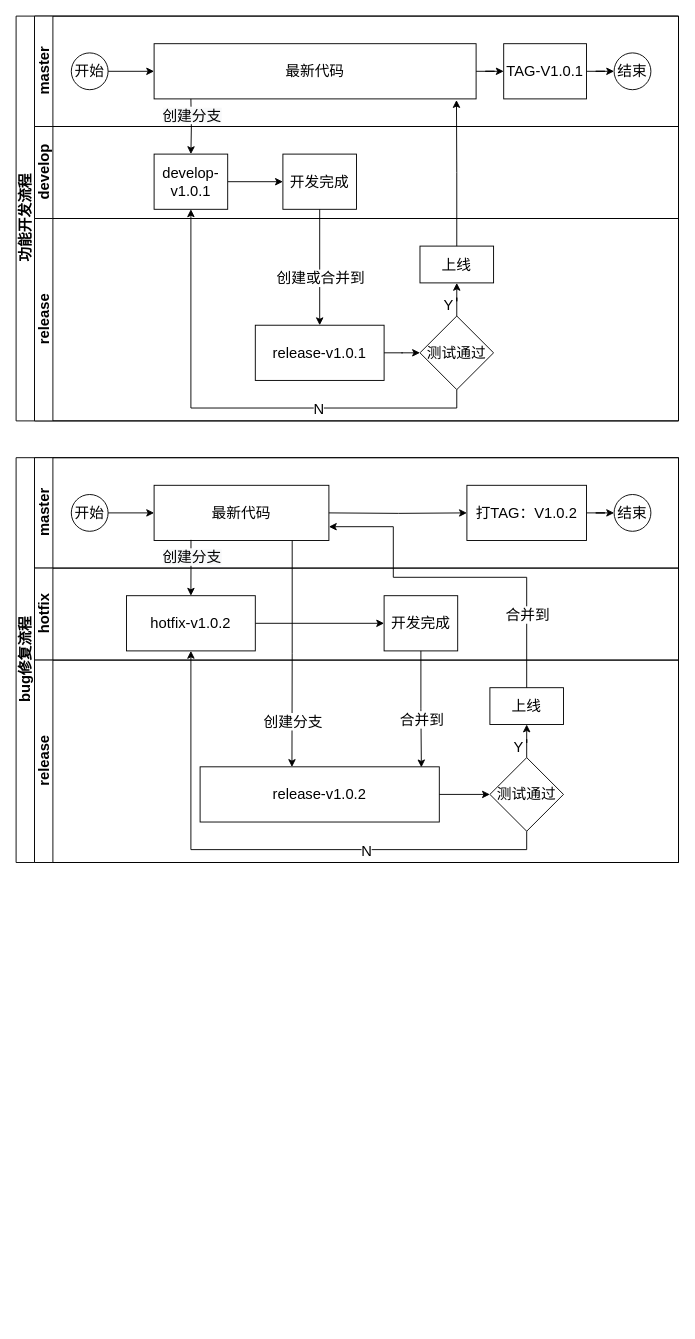
The draw.io diagram page "git分支使用规范" (1 of 4) of 研发规范.drawio in aspojo/diagrams, before the edit. Source tidied: cells renumbered, new cells numbered last; positions are measured from the earlier drawing's top-left corner, leaving out a move shared by most shapes. Both pictures are drawn from the tidied source at 92%, with x=0, y=0 at pixel (16, 16).
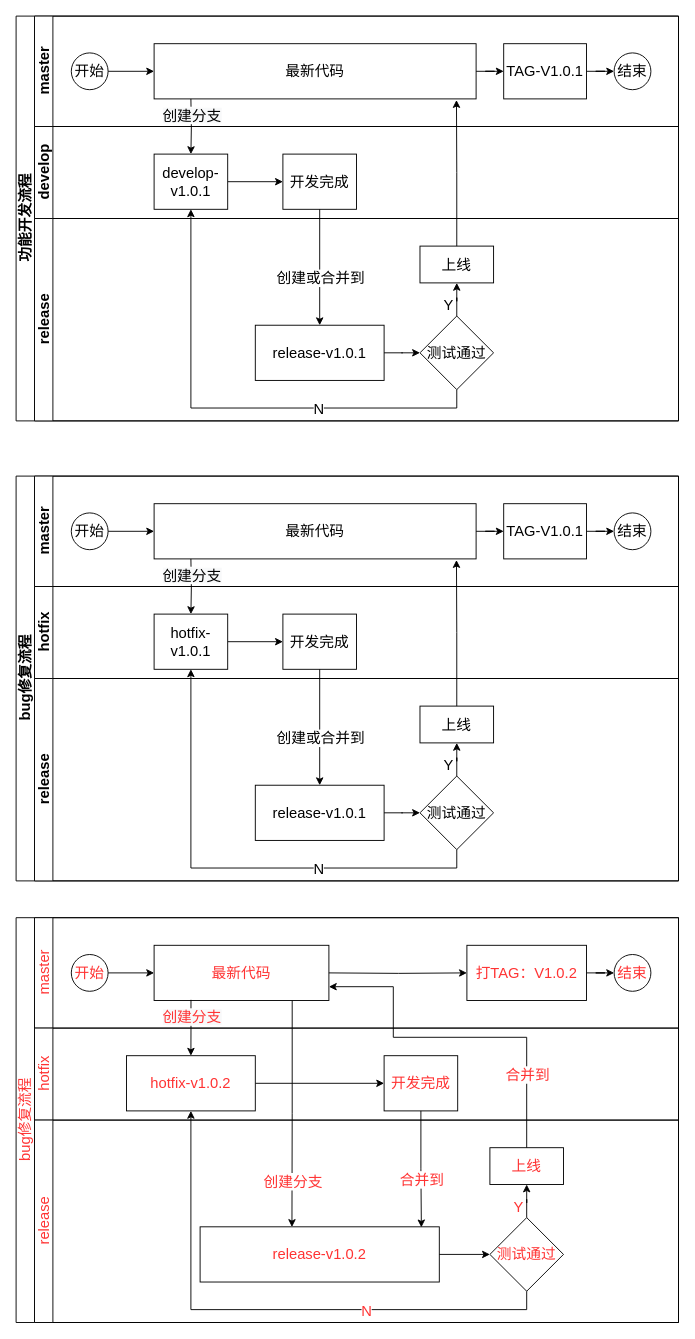
Above is the later version.

Commit message (it also covers changes not shown here):
更新研发规范.drawio

Diff of the diagram source:
```diff
@@
-    <mxCell id="29" value="bug修复流程" style="swimlane;html=1;horizontal=0;startSize=20;fontSize=16;" parent="1" vertex="1">
-      <mxGeometry y="480" width="720" height="440" as="geometry" />
+    <mxCell id="29" value="bug修复流程" style="swimlane;html=1;horizontal=0;startSize=20;fontSize=16;fontStyle=0;fontColor=#FF3333;" parent="1" vertex="1">
+      <mxGeometry y="980" width="720" height="440" as="geometry" />
     </mxCell>
-    <mxCell id="30" value="master" style="swimlane;html=1;startSize=20;horizontal=0;fontSize=16;" parent="29" vertex="1">
+    <mxCell id="30" value="master" style="swimlane;html=1;startSize=20;horizontal=0;fontSize=16;fontStyle=0;fontColor=#FF3333;" parent="29" vertex="1">
       <mxGeometry x="20" width="700" height="120" as="geometry" />
     </mxCell>
-    <mxCell id="31" style="edgeStyle=orthogonalEdgeStyle;rounded=0;jettySize=auto;html=1;fontSize=16;" parent="30" edge="1" source="32" target="33">
+    <mxCell id="31" style="edgeStyle=orthogonalEdgeStyle;rounded=0;jettySize=auto;html=1;fontSize=16;fontStyle=0;fontColor=#FF3333;" parent="30" edge="1" source="32" target="33">
       <mxGeometry relative="1" as="geometry" />
     </mxCell>
-    <mxCell id="32" value="开始" style="ellipse;whiteSpace=wrap;html=1;fontSize=16;" parent="30" vertex="1">
+    <mxCell id="32" value="开始" style="ellipse;whiteSpace=wrap;html=1;fontSize=16;fontStyle=0;fontColor=#FF3333;" parent="30" vertex="1">
       <mxGeometry x="40" y="40" width="40" height="40" as="geometry" />
     </mxCell>
-    <mxCell id="33" value="最新代码" style="rounded=0;whiteSpace=wrap;html=1;fontFamily=Helvetica;fontSize=16;fontColor=#000000;align=center;" parent="30" vertex="1">
+    <mxCell id="33" value="最新代码" style="rounded=0;whiteSpace=wrap;html=1;fontFamily=Helvetica;fontSize=16;fontColor=#FF3333;align=center;fontStyle=0;" parent="30" vertex="1">
       <mxGeometry x="130" y="30" width="190" height="60" as="geometry" />
     </mxCell>
-    <mxCell id="34" style="edgeStyle=orthogonalEdgeStyle;rounded=0;jettySize=auto;html=1;fontSize=16;" parent="30" edge="1" source="35" target="36">
+    <mxCell id="34" style="edgeStyle=orthogonalEdgeStyle;rounded=0;jettySize=auto;html=1;fontSize=16;fontStyle=0;fontColor=#FF3333;" parent="30" edge="1" source="35" target="36">
       <mxGeometry relative="1" as="geometry" />
     </mxCell>
-    <mxCell id="35" value="打TAG：V1.0.2" style="rounded=0;whiteSpace=wrap;html=1;fontFamily=Helvetica;fontSize=16;fontColor=#000000;align=center;" parent="30" vertex="1">
+    <mxCell id="35" value="打TAG：V1.0.2" style="rounded=0;whiteSpace=wrap;html=1;fontFamily=Helvetica;fontSize=16;fontColor=#FF3333;align=center;fontStyle=0;" parent="30" vertex="1">
       <mxGeometry x="470" y="30" width="130" height="60" as="geometry" />
     </mxCell>
-    <mxCell id="36" value="结束" style="ellipse;whiteSpace=wrap;html=1;fontSize=16;" parent="30" vertex="1">
+    <mxCell id="36" value="结束" style="ellipse;whiteSpace=wrap;html=1;fontSize=16;fontStyle=0;fontColor=#FF3333;" parent="30" vertex="1">
       <mxGeometry x="630" y="40" width="40" height="40" as="geometry" />
     </mxCell>
-    <mxCell id="37" style="edgeStyle=orthogonalEdgeStyle;rounded=0;jettySize=auto;html=1;fontSize=16;" parent="30" edge="1" target="35">
+    <mxCell id="37" style="edgeStyle=orthogonalEdgeStyle;rounded=0;jettySize=auto;html=1;fontSize=16;fontStyle=0;fontColor=#FF3333;" parent="30" edge="1" target="35">
       <mxGeometry relative="1" as="geometry">
         <mxPoint x="320" y="60" as="sourcePoint" />
       </mxGeometry>
     </mxCell>
-    <mxCell id="38" value="hotfix" style="swimlane;html=1;startSize=20;horizontal=0;fontSize=16;" parent="29" vertex="1">
+    <mxCell id="38" value="hotfix" style="swimlane;html=1;startSize=20;horizontal=0;fontSize=16;fontStyle=0;fontColor=#FF3333;" parent="29" vertex="1">
       <mxGeometry x="20" y="120" width="700" height="100" as="geometry" />
     </mxCell>
-    <mxCell id="39" style="edgeStyle=orthogonalEdgeStyle;rounded=0;jettySize=auto;html=1;fontSize=16;" parent="38" edge="1" source="40" target="41">
+    <mxCell id="39" style="edgeStyle=orthogonalEdgeStyle;rounded=0;jettySize=auto;html=1;fontSize=16;fontStyle=0;fontColor=#FF3333;" parent="38" edge="1" source="40" target="41">
       <mxGeometry relative="1" as="geometry" />
     </mxCell>
-    <mxCell id="40" value="hotfix-v1.0.2" style="rounded=0;whiteSpace=wrap;html=1;fontFamily=Helvetica;fontSize=16;fontColor=#000000;align=center;" parent="38" vertex="1">
+    <mxCell id="40" value="hotfix-v1.0.2" style="rounded=0;whiteSpace=wrap;html=1;fontFamily=Helvetica;fontSize=16;fontColor=#FF3333;align=center;fontStyle=0;" parent="38" vertex="1">
       <mxGeometry x="100" y="30" width="140" height="60" as="geometry" />
     </mxCell>
-    <mxCell id="41" value="开发完成" style="rounded=0;whiteSpace=wrap;html=1;fontFamily=Helvetica;fontSize=16;fontColor=#000000;align=center;" parent="38" vertex="1">
+    <mxCell id="41" value="开发完成" style="rounded=0;whiteSpace=wrap;html=1;fontFamily=Helvetica;fontSize=16;fontColor=#FF3333;align=center;fontStyle=0;" parent="38" vertex="1">
       <mxGeometry x="380" y="30" width="80" height="60" as="geometry" />
     </mxCell>
-    <mxCell id="42" value="release" style="swimlane;html=1;startSize=20;horizontal=0;fontSize=16;" parent="29" vertex="1">
+    <mxCell id="42" value="release" style="swimlane;html=1;startSize=20;horizontal=0;fontSize=16;fontStyle=0;fontColor=#FF3333;" parent="29" vertex="1">
       <mxGeometry x="20" y="220" width="700" height="220" as="geometry" />
     </mxCell>
-    <mxCell id="43" value="release-v1.0.2" style="rounded=0;whiteSpace=wrap;html=1;fontFamily=Helvetica;fontSize=16;fontColor=#000000;align=center;" parent="42" vertex="1">
+    <mxCell id="43" value="release-v1.0.2" style="rounded=0;whiteSpace=wrap;html=1;fontFamily=Helvetica;fontSize=16;fontColor=#FF3333;align=center;fontStyle=0;" parent="42" vertex="1">
       <mxGeometry x="180" y="116" width="260" height="60" as="geometry" />
     </mxCell>
-    <mxCell id="44" value="测试通过" style="rhombus;whiteSpace=wrap;html=1;fontColor=#000000;rounded=0;fontSize=16;" parent="42" vertex="1">
+    <mxCell id="44" value="测试通过" style="rhombus;whiteSpace=wrap;html=1;fontColor=#FF3333;rounded=0;fontSize=16;fontStyle=0;" parent="42" vertex="1">
       <mxGeometry x="495" y="106" width="80" height="80" as="geometry" />
     </mxCell>
-    <mxCell id="45" style="edgeStyle=orthogonalEdgeStyle;rounded=0;jettySize=auto;html=1;fontSize=16;" parent="42" edge="1" source="43" target="44">
+    <mxCell id="45" style="edgeStyle=orthogonalEdgeStyle;rounded=0;jettySize=auto;html=1;fontSize=16;fontStyle=0;fontColor=#FF3333;" parent="42" edge="1" source="43" target="44">
       <mxGeometry relative="1" as="geometry" />
     </mxCell>
-    <mxCell id="46" value="上线" style="rounded=0;whiteSpace=wrap;html=1;fontFamily=Helvetica;fontSize=16;fontColor=#000000;align=center;" parent="42" vertex="1">
+    <mxCell id="46" value="上线" style="rounded=0;whiteSpace=wrap;html=1;fontFamily=Helvetica;fontSize=16;fontColor=#FF3333;align=center;fontStyle=0;" parent="42" vertex="1">
       <mxGeometry x="495" y="30" width="80" height="40" as="geometry" />
     </mxCell>
-    <mxCell id="47" style="edgeStyle=orthogonalEdgeStyle;rounded=0;jettySize=auto;html=1;fontSize=16;" parent="42" edge="1" source="44" target="46">
+    <mxCell id="47" style="edgeStyle=orthogonalEdgeStyle;rounded=0;jettySize=auto;html=1;fontSize=16;fontStyle=0;fontColor=#FF3333;" parent="42" edge="1" source="44" target="46">
       <mxGeometry relative="1" as="geometry" />
     </mxCell>
-    <mxCell id="48" value="Y" style="edgeLabel;html=1;align=center;verticalAlign=middle;fontSize=16;" parent="47" vertex="1">
+    <mxCell id="48" value="Y" style="edgeLabel;html=1;align=center;verticalAlign=middle;fontSize=16;fontStyle=0;fontColor=#FF3333;" parent="47" vertex="1">
       <mxGeometry x="-0.35" y="1" relative="1" as="geometry">
         <mxPoint x="-9" y="1" as="offset" />
       </mxGeometry>
     </mxCell>
-    <mxCell id="49" style="edgeStyle=orthogonalEdgeStyle;rounded=0;jettySize=auto;html=1;entryX=0.5;entryY=0;entryDx=0;entryDy=0;fontSize=16;exitX=0.211;exitY=0.988;exitDx=0;exitDy=0;exitPerimeter=0;" parent="29" edge="1" source="33" target="40">
+    <mxCell id="49" style="edgeStyle=orthogonalEdgeStyle;rounded=0;jettySize=auto;html=1;entryX=0.5;entryY=0;entryDx=0;entryDy=0;fontSize=16;exitX=0.211;exitY=0.988;exitDx=0;exitDy=0;exitPerimeter=0;fontStyle=0;fontColor=#FF3333;" parent="29" edge="1" source="33" target="40">
       <mxGeometry relative="1" as="geometry" />
     </mxCell>
-    <mxCell id="50" value="&lt;span style=&quot;background-color: rgb(248, 249, 250);&quot;&gt;创建分支&lt;/span&gt;" style="edgeLabel;html=1;align=center;verticalAlign=middle;fontSize=16;" parent="49" vertex="1">
+    <mxCell id="50" value="&lt;span style=&quot;background-color: rgb(248, 249, 250);&quot;&gt;创建分支&lt;/span&gt;" style="edgeLabel;html=1;align=center;verticalAlign=middle;fontSize=16;fontStyle=0;fontColor=#FF3333;" parent="49" vertex="1">
       <mxGeometry x="-0.42" relative="1" as="geometry" />
     </mxCell>
-    <mxCell id="51" style="edgeStyle=orthogonalEdgeStyle;rounded=0;jettySize=auto;html=1;fontSize=16;exitX=0.5;exitY=1;exitDx=0;exitDy=0;entryX=0.925;entryY=0.01;entryDx=0;entryDy=0;entryPerimeter=0;" parent="29" edge="1" source="41" target="43">
+    <mxCell id="51" style="edgeStyle=orthogonalEdgeStyle;rounded=0;jettySize=auto;html=1;fontSize=16;exitX=0.5;exitY=1;exitDx=0;exitDy=0;entryX=0.925;entryY=0.01;entryDx=0;entryDy=0;entryPerimeter=0;fontStyle=0;fontColor=#FF3333;" parent="29" edge="1" source="41" target="43">
       <mxGeometry relative="1" as="geometry" />
     </mxCell>
-    <mxCell id="52" value="合并到" style="edgeLabel;html=1;align=center;verticalAlign=middle;fontSize=16;" parent="51" vertex="1">
+    <mxCell id="52" value="合并到" style="edgeLabel;html=1;align=center;verticalAlign=middle;fontSize=16;fontStyle=0;fontColor=#FF3333;" parent="51" vertex="1">
       <mxGeometry x="0.23" relative="1" as="geometry">
         <mxPoint y="-3" as="offset" />
       </mxGeometry>
     </mxCell>
-    <mxCell id="53" style="edgeStyle=orthogonalEdgeStyle;rounded=0;jettySize=auto;html=1;fontSize=16;entryX=0.384;entryY=0.003;entryDx=0;entryDy=0;entryPerimeter=0;exitX=0.79;exitY=1.001;exitDx=0;exitDy=0;exitPerimeter=0;" parent="29" edge="1" source="33" target="43">
+    <mxCell id="53" style="edgeStyle=orthogonalEdgeStyle;rounded=0;jettySize=auto;html=1;fontSize=16;entryX=0.384;entryY=0.003;entryDx=0;entryDy=0;entryPerimeter=0;exitX=0.79;exitY=1.001;exitDx=0;exitDy=0;exitPerimeter=0;fontStyle=0;fontColor=#FF3333;" parent="29" edge="1" source="33" target="43">
       <mxGeometry relative="1" as="geometry" />
     </mxCell>
-    <mxCell id="54" value="创建分支" style="edgeLabel;html=1;align=center;verticalAlign=middle;fontSize=16;" parent="53" vertex="1">
+    <mxCell id="54" value="创建分支" style="edgeLabel;html=1;align=center;verticalAlign=middle;fontSize=16;fontStyle=0;fontColor=#FF3333;" parent="53" vertex="1">
       <mxGeometry x="-0.88" y="1" relative="1" as="geometry">
         <mxPoint x="-1" y="181" as="offset" />
       </mxGeometry>
     </mxCell>
-    <mxCell id="55" style="edgeStyle=orthogonalEdgeStyle;rounded=0;jettySize=auto;html=1;fontSize=16;" parent="29" edge="1" source="46">
+    <mxCell id="55" style="edgeStyle=orthogonalEdgeStyle;rounded=0;jettySize=auto;html=1;fontSize=16;fontStyle=0;fontColor=#FF3333;" parent="29" edge="1" source="46">
       <mxGeometry relative="1" as="geometry">
         <mxPoint x="340" y="75" as="targetPoint" />
         <Array as="points">
           <mxPoint x="555" y="130" />
           <mxPoint x="410" y="130" />
           <mxPoint x="410" y="75" />
         </Array>
       </mxGeometry>
     </mxCell>
-    <mxCell id="56" value="合并到" style="edgeLabel;html=1;align=center;verticalAlign=middle;fontSize=16;" parent="55" vertex="1">
+    <mxCell id="56" value="合并到" style="edgeLabel;html=1;align=center;verticalAlign=middle;fontSize=16;fontStyle=0;fontColor=#FF3333;" parent="55" vertex="1">
       <mxGeometry x="0.08" relative="1" as="geometry">
         <mxPoint x="91" y="40" as="offset" />
       </mxGeometry>
     </mxCell>
-    <mxCell id="57" style="edgeStyle=orthogonalEdgeStyle;rounded=0;jettySize=auto;html=1;exitX=0.5;exitY=1;exitDx=0;exitDy=0;fontSize=16;" parent="29" edge="1" source="44" target="40">
+    <mxCell id="57" style="edgeStyle=orthogonalEdgeStyle;rounded=0;jettySize=auto;html=1;exitX=0.5;exitY=1;exitDx=0;exitDy=0;fontSize=16;fontStyle=0;fontColor=#FF3333;" parent="29" edge="1" source="44" target="40">
       <mxGeometry relative="1" as="geometry" />
     </mxCell>
-    <mxCell id="58" value="N" style="edgeLabel;html=1;align=center;verticalAlign=middle;fontSize=16;" parent="57" vertex="1">
+    <mxCell id="58" value="N" style="edgeLabel;html=1;align=center;verticalAlign=middle;fontSize=16;fontStyle=0;fontColor=#FF3333;" parent="57" vertex="1">
       <mxGeometry x="-0.35" relative="1" as="geometry" />
     </mxCell>
+    <mxCell id="59" value="bug修复流程" style="swimlane;html=1;horizontal=0;startSize=20;fontSize=16;" parent="1" vertex="1">
+      <mxGeometry y="500" width="720" height="440" as="geometry" />
+    </mxCell>
+    <mxCell id="60" value="master" style="swimlane;html=1;startSize=20;horizontal=0;fontSize=16;" parent="59" vertex="1">
+      <mxGeometry x="20" width="700" height="120" as="geometry" />
+    </mxCell>
+    <mxCell id="61" style="edgeStyle=orthogonalEdgeStyle;rounded=0;jettySize=auto;html=1;fontSize=16;" parent="60" edge="1" source="62" target="63">
+      <mxGeometry relative="1" as="geometry" />
+    </mxCell>
+    <mxCell id="62" value="开始" style="ellipse;whiteSpace=wrap;html=1;fontSize=16;" parent="60" vertex="1">
+      <mxGeometry x="40" y="40" width="40" height="40" as="geometry" />
+    </mxCell>
+    <mxCell id="63" value="最新代码" style="rounded=0;whiteSpace=wrap;html=1;fontFamily=Helvetica;fontSize=16;fontColor=#000000;align=center;" parent="60" vertex="1">
+      <mxGeometry x="130" y="30" width="350" height="60" as="geometry" />
+    </mxCell>
+    <mxCell id="64" style="edgeStyle=orthogonalEdgeStyle;rounded=0;jettySize=auto;html=1;fontSize=16;" parent="60" edge="1" source="65" target="66">
+      <mxGeometry relative="1" as="geometry" />
+    </mxCell>
+    <mxCell id="65" value="TAG-V1.0.1" style="rounded=0;whiteSpace=wrap;html=1;fontFamily=Helvetica;fontSize=16;fontColor=#000000;align=center;" parent="60" vertex="1">
+      <mxGeometry x="510" y="30" width="90" height="60" as="geometry" />
+    </mxCell>
+    <mxCell id="66" value="结束" style="ellipse;whiteSpace=wrap;html=1;fontSize=16;" parent="60" vertex="1">
+      <mxGeometry x="630" y="40" width="40" height="40" as="geometry" />
+    </mxCell>
+    <mxCell id="67" style="edgeStyle=orthogonalEdgeStyle;rounded=0;jettySize=auto;html=1;fontSize=16;exitX=1;exitY=0.5;exitDx=0;exitDy=0;" parent="60" edge="1" source="63" target="65">
+      <mxGeometry relative="1" as="geometry" />
+    </mxCell>
+    <mxCell id="68" value="hotfix" style="swimlane;html=1;startSize=20;horizontal=0;fontSize=16;" parent="59" vertex="1">
+      <mxGeometry x="20" y="120" width="700" height="100" as="geometry" />
+    </mxCell>
+    <mxCell id="69" style="edgeStyle=orthogonalEdgeStyle;rounded=0;jettySize=auto;html=1;fontSize=16;" parent="68" edge="1" source="70" target="71">
+      <mxGeometry relative="1" as="geometry" />
+    </mxCell>
+    <mxCell id="70" value="hotfix-v1.0.1" style="rounded=0;whiteSpace=wrap;html=1;fontFamily=Helvetica;fontSize=16;fontColor=#000000;align=center;" parent="68" vertex="1">
+      <mxGeometry x="130" y="30" width="80" height="60" as="geometry" />
+    </mxCell>
+    <mxCell id="71" value="开发完成" style="rounded=0;whiteSpace=wrap;html=1;fontFamily=Helvetica;fontSize=16;fontColor=#000000;align=center;" parent="68" vertex="1">
+      <mxGeometry x="270" y="30" width="80" height="60" as="geometry" />
+    </mxCell>
+    <mxCell id="72" value="release" style="swimlane;html=1;startSize=20;horizontal=0;fontSize=16;" parent="59" vertex="1">
+      <mxGeometry x="20" y="220" width="700" height="220" as="geometry" />
+    </mxCell>
+    <mxCell id="73" value="release-v1.0.1" style="rounded=0;whiteSpace=wrap;html=1;fontFamily=Helvetica;fontSize=16;fontColor=#000000;align=center;" parent="72" vertex="1">
+      <mxGeometry x="240" y="116" width="140" height="60" as="geometry" />
+    </mxCell>
+    <mxCell id="74" value="测试通过" style="rhombus;whiteSpace=wrap;html=1;fontColor=#000000;rounded=0;fontSize=16;" parent="72" vertex="1">
+      <mxGeometry x="419" y="106" width="80" height="80" as="geometry" />
+    </mxCell>
+    <mxCell id="75" style="edgeStyle=orthogonalEdgeStyle;rounded=0;jettySize=auto;html=1;fontSize=16;" parent="72" edge="1" source="73" target="74">
+      <mxGeometry relative="1" as="geometry" />
+    </mxCell>
+    <mxCell id="76" value="上线" style="rounded=0;whiteSpace=wrap;html=1;fontFamily=Helvetica;fontSize=16;fontColor=#000000;align=center;" parent="72" vertex="1">
+      <mxGeometry x="419" y="30" width="80" height="40" as="geometry" />
+    </mxCell>
+    <mxCell id="77" style="edgeStyle=orthogonalEdgeStyle;rounded=0;jettySize=auto;html=1;fontSize=16;" parent="72" edge="1" source="74" target="76">
+      <mxGeometry relative="1" as="geometry" />
+    </mxCell>
+    <mxCell id="78" value="Y" style="edgeLabel;html=1;align=center;verticalAlign=middle;fontSize=16;" parent="77" vertex="1">
+      <mxGeometry x="-0.35" y="1" relative="1" as="geometry">
+        <mxPoint x="-9" y="1" as="offset" />
+      </mxGeometry>
+    </mxCell>
+    <mxCell id="79" style="edgeStyle=orthogonalEdgeStyle;rounded=0;jettySize=auto;html=1;entryX=0.5;entryY=0;entryDx=0;entryDy=0;fontSize=16;" parent="59" edge="1" target="70">
+      <mxGeometry relative="1" as="geometry">
+        <mxPoint x="190" y="90" as="sourcePoint" />
+      </mxGeometry>
+    </mxCell>
+    <mxCell id="80" value="&lt;span style=&quot;background-color: rgb(248, 249, 250);&quot;&gt;创建分支&lt;/span&gt;" style="edgeLabel;html=1;align=center;verticalAlign=middle;fontSize=16;" parent="79" vertex="1">
+      <mxGeometry x="-0.42" relative="1" as="geometry" />
+    </mxCell>
+    <mxCell id="81" style="edgeStyle=orthogonalEdgeStyle;rounded=0;jettySize=auto;html=1;fontSize=16;exitX=0.5;exitY=1;exitDx=0;exitDy=0;" parent="59" edge="1" source="71" target="73">
+      <mxGeometry relative="1" as="geometry" />
+    </mxCell>
+    <mxCell id="82" value="创建或合并到" style="edgeLabel;html=1;align=center;verticalAlign=middle;fontSize=16;" parent="81" vertex="1">
+      <mxGeometry x="0.23" relative="1" as="geometry">
+        <mxPoint y="-3" as="offset" />
+      </mxGeometry>
+    </mxCell>
+    <mxCell id="83" style="edgeStyle=orthogonalEdgeStyle;rounded=0;jettySize=auto;html=1;entryX=0.5;entryY=1;entryDx=0;entryDy=0;exitX=0.5;exitY=1;exitDx=0;exitDy=0;fontSize=16;" parent="59" edge="1" source="74" target="70">
+      <mxGeometry relative="1" as="geometry" />
+    </mxCell>
+    <mxCell id="84" value="N" style="edgeLabel;html=1;align=center;verticalAlign=middle;fontSize=16;" parent="83" vertex="1">
+      <mxGeometry x="-0.35" relative="1" as="geometry" />
+    </mxCell>
+    <mxCell id="85" style="edgeStyle=orthogonalEdgeStyle;rounded=0;jettySize=auto;html=1;exitX=0.5;exitY=0;exitDx=0;exitDy=0;entryX=0.939;entryY=1.021;entryDx=0;entryDy=0;entryPerimeter=0;" parent="59" edge="1" source="76" target="63">
+      <mxGeometry relative="1" as="geometry" />
+    </mxCell>
```
